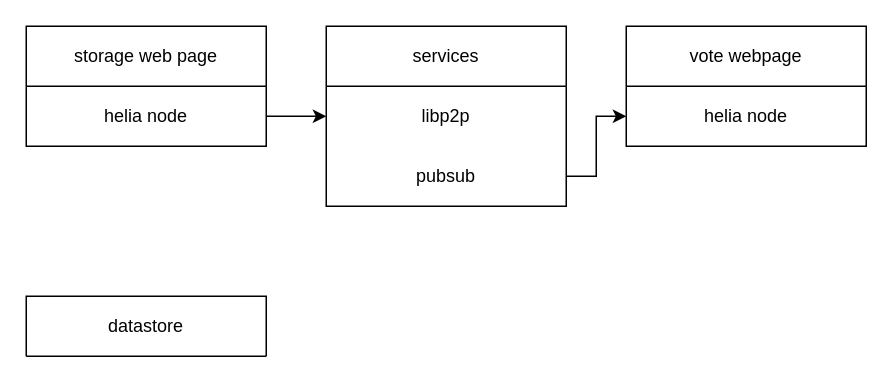
Above: ipfs.drawio in KasparSoltero/diagrams (draw.io), before the change. Source tidied: cells renumbered, new cells numbered last; positions are measured from the earlier drawing's top-left corner, leaving out a move shared by most shapes. Both pictures are drawn from the tidied source at 150%, with x=0, y=0 at pixel (26, 26).
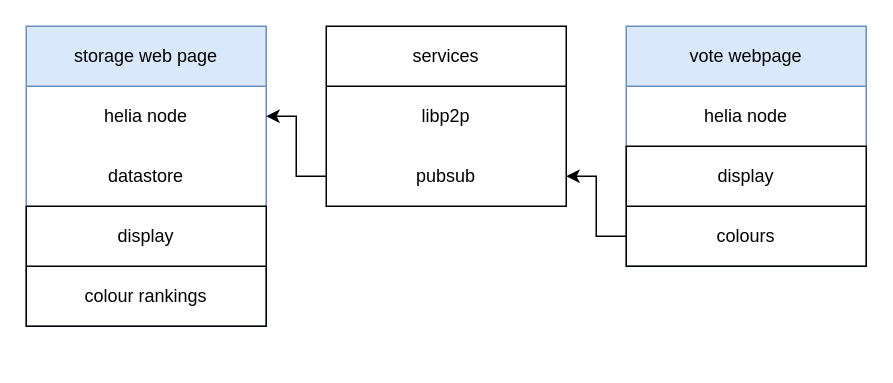
Above is the later version.

The edit, as a diff of the source:
```diff
@@
 <mxGraphModel>
   <root>
     <mxCell id="0" />
     <mxCell id="1" parent="0" />
-    <mxCell id="2" value="datastore" style="swimlane;fontStyle=0;horizontal=1;startSize=40;whiteSpace=wrap;html=1;rounded=0;" parent="1" vertex="1" collapsed="1">
-      <mxGeometry y="180" width="160" height="40" as="geometry" />
-    </mxCell>
-    <mxCell id="3" value="storage web page" style="swimlane;fontStyle=0;horizontal=1;startSize=40;whiteSpace=wrap;html=1;rounded=0;" parent="1" vertex="1">
-      <mxGeometry width="160" height="80" as="geometry" />
+    <mxCell id="3" value="storage web page" style="swimlane;fontStyle=0;horizontal=1;startSize=40;whiteSpace=wrap;html=1;rounded=0;fillColor=#dae8fc;strokeColor=#6c8ebf;" parent="1" vertex="1">
+      <mxGeometry width="160" height="200" as="geometry" />
     </mxCell>
     <mxCell id="4" value="helia node" style="text;html=1;strokeColor=none;fillColor=none;align=center;verticalAlign=middle;whiteSpace=wrap;rounded=0;" parent="3" vertex="1">
       <mxGeometry y="40" width="160" height="40" as="geometry" />
     </mxCell>
+    <mxCell id="2" value="datastore" style="text;html=1;strokeColor=none;fillColor=none;align=center;verticalAlign=middle;whiteSpace=wrap;rounded=0;" parent="3" vertex="1">
+      <mxGeometry y="80" width="160" height="40" as="geometry" />
+    </mxCell>
+    <mxCell id="12" value="display" style="swimlane;fontStyle=0;horizontal=1;startSize=40;whiteSpace=wrap;html=1;rounded=0;" parent="3" vertex="1">
+      <mxGeometry y="120" width="160" height="80" as="geometry" />
+    </mxCell>
+    <mxCell id="13" value="colour rankings" style="text;html=1;strokeColor=none;fillColor=none;align=center;verticalAlign=middle;whiteSpace=wrap;rounded=0;" parent="12" vertex="1">
+      <mxGeometry y="40" width="160" height="40" as="geometry" />
+    </mxCell>
-    <mxCell id="5" value="vote webpage" style="swimlane;fontStyle=0;horizontal=1;startSize=40;whiteSpace=wrap;html=1;rounded=0;" parent="1" vertex="1">
-      <mxGeometry x="400" width="160" height="80" as="geometry" />
+    <mxCell id="5" value="vote webpage" style="swimlane;fontStyle=0;horizontal=1;startSize=40;whiteSpace=wrap;html=1;rounded=0;fillColor=#dae8fc;strokeColor=#6c8ebf;" parent="1" vertex="1">
+      <mxGeometry x="400" width="160" height="160" as="geometry" />
     </mxCell>
     <mxCell id="6" value="helia node" style="text;html=1;strokeColor=none;fillColor=none;align=center;verticalAlign=middle;whiteSpace=wrap;rounded=0;" parent="5" vertex="1">
       <mxGeometry y="40" width="160" height="40" as="geometry" />
     </mxCell>
+    <mxCell id="14" value="display" style="swimlane;fontStyle=0;horizontal=1;startSize=40;whiteSpace=wrap;html=1;rounded=0;" parent="5" vertex="1">
+      <mxGeometry y="80" width="160" height="80" as="geometry" />
+    </mxCell>
+    <mxCell id="15" value="colours" style="text;html=1;strokeColor=none;fillColor=none;align=center;verticalAlign=middle;whiteSpace=wrap;rounded=0;" parent="14" vertex="1">
+      <mxGeometry y="40" width="160" height="40" as="geometry" />
+    </mxCell>
     <mxCell id="7" value="services" style="swimlane;fontStyle=0;horizontal=1;startSize=40;whiteSpace=wrap;html=1;rounded=0;" parent="1" vertex="1">
       <mxGeometry x="200" width="160" height="120" as="geometry" />
     </mxCell>
     <mxCell id="8" value="libp2p" style="text;html=1;strokeColor=none;fillColor=none;align=center;verticalAlign=middle;whiteSpace=wrap;rounded=0;" parent="7" vertex="1">
       <mxGeometry y="40" width="160" height="40" as="geometry" />
     </mxCell>
     <mxCell id="9" value="pubsub" style="text;html=1;strokeColor=none;fillColor=none;align=center;verticalAlign=middle;whiteSpace=wrap;rounded=0;" parent="7" vertex="1">
       <mxGeometry y="80" width="160" height="40" as="geometry" />
     </mxCell>
-    <mxCell id="10" style="edgeStyle=orthogonalEdgeStyle;rounded=0;jettySize=auto;html=1;entryX=0;entryY=0.5;entryDx=0;entryDy=0;" parent="1" edge="1" source="4" target="8">
-      <mxGeometry relative="1" as="geometry" />
-    </mxCell>
-    <mxCell id="11" style="edgeStyle=orthogonalEdgeStyle;rounded=0;jettySize=auto;html=1;entryX=0;entryY=0.5;entryDx=0;entryDy=0;" parent="1" edge="1" source="9" target="6">
-      <mxGeometry relative="1" as="geometry" />
-    </mxCell>
+    <mxCell id="16" style="edgeStyle=orthogonalEdgeStyle;rounded=0;jettySize=auto;html=1;entryX=1;entryY=0.5;entryDx=0;entryDy=0;" parent="1" edge="1" source="15" target="9">
+      <mxGeometry relative="1" as="geometry" />
+    </mxCell>
+    <mxCell id="17" style="edgeStyle=orthogonalEdgeStyle;rounded=0;jettySize=auto;html=1;entryX=1;entryY=0.5;entryDx=0;entryDy=0;" parent="1" edge="1" source="9" target="4">
+      <mxGeometry relative="1" as="geometry" />
+    </mxCell>
   </root>
 </mxGraphModel>
```
